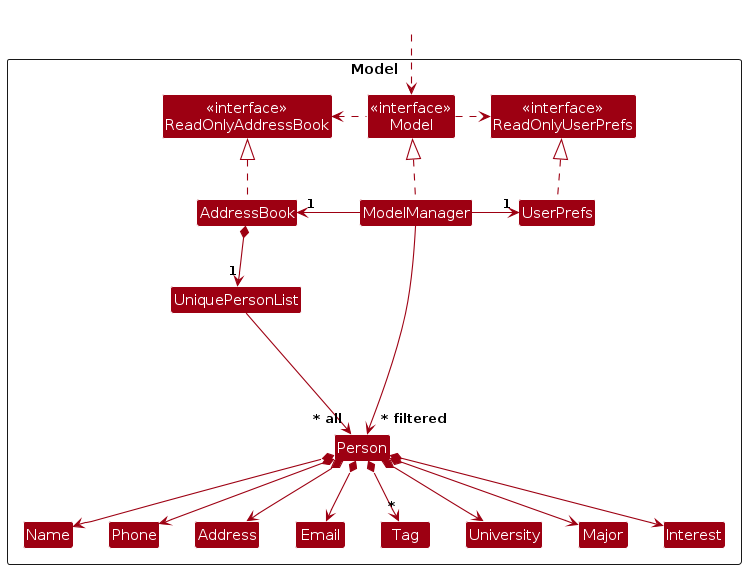
AY2425S1-CS2103T-T17-1/tp keeps this PlantUML diagram as diagrams/ModelClassDiagram.png. Above is the earlier version. Its source is kept beside it as diagrams/ModelClassDiagram.puml.
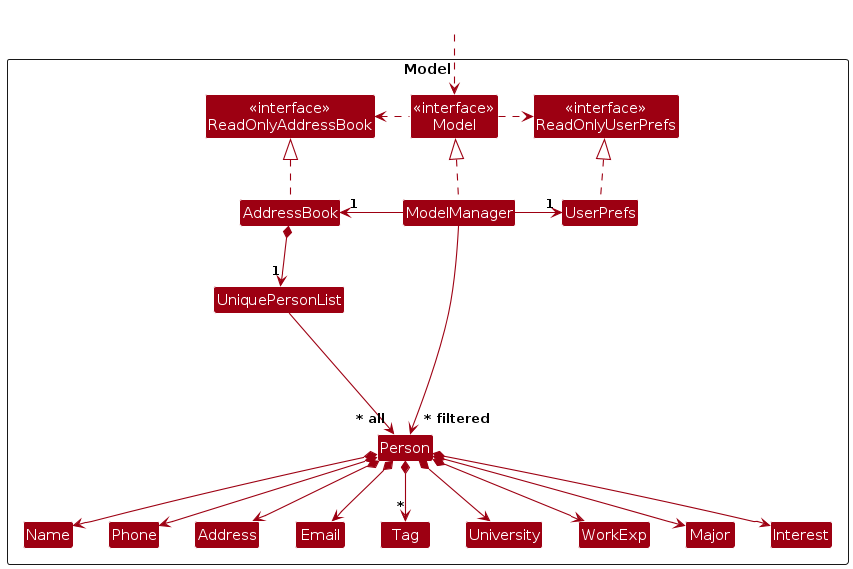
After the change.

The edit, as a diff of the source:
```diff
@@ -20,8 +20,10 @@
   Class Phone
   Class Tag
   Class University
+  Class WorkExp
   Class Major
   Class Interest
+
   Class I #FFFFFF
 }
 
@@ -45,6 +47,7 @@
 Person *--> Address
 Person *--> "*" Tag
 Person *--> University
+Person *--> WorkExp
 Person *--> Major
 Person *--> Interest
 
```
